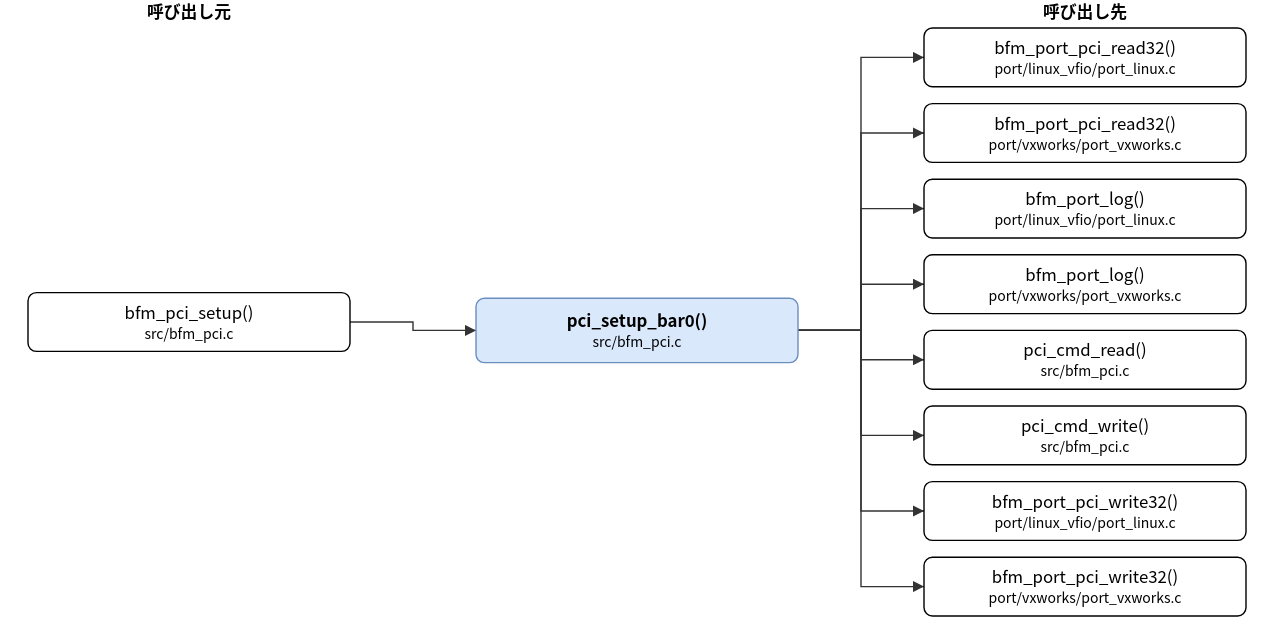
hf355051012-ai/bfmem keeps this draw.io diagram as doc/spec/images/call_src_bfm_pci-pci_setup_bar0.drawio.svg. Above is the earlier version. Source tidied: cells renumbered, new cells last; positions are measured from the earlier drawing's top-left corner, leaving out a move shared by most shapes.
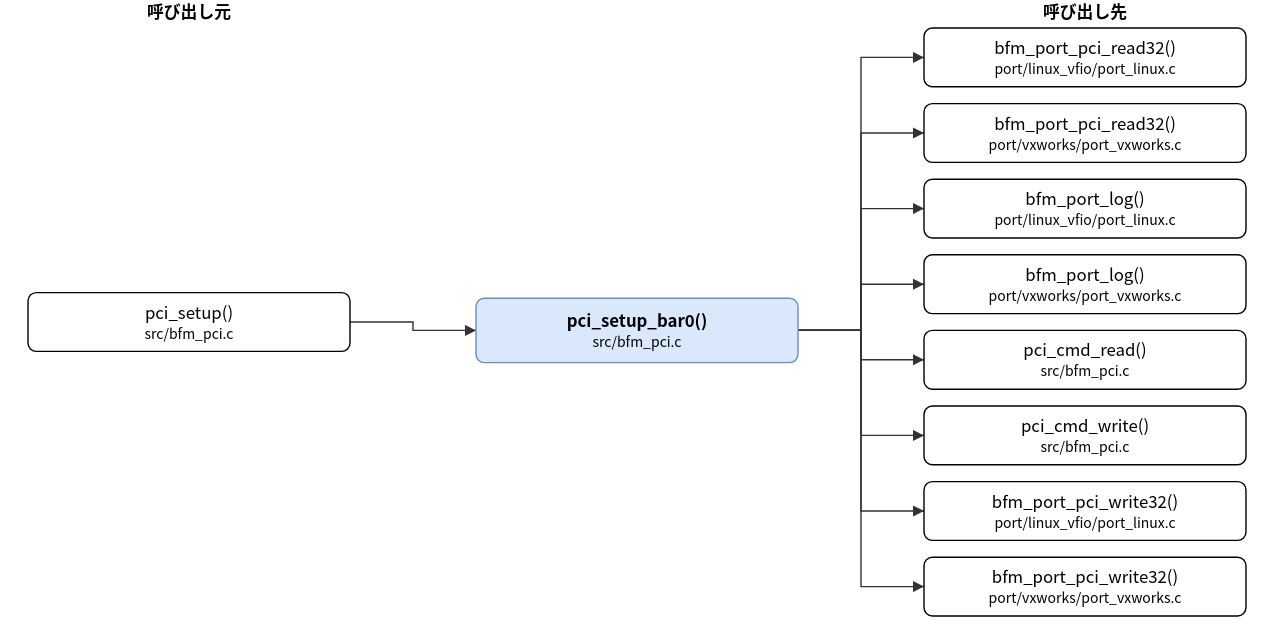
Later version of the same file.

The edit, as a diff of the source:
```diff
@@ -5,7 +5,7 @@
     <mxCell id="2" value="pci_setup_bar0()&lt;br&gt;&lt;font style=&quot;font-size:10px&quot;&gt;src/bfm_pci.c&lt;/font&gt;" style="rounded=1;whiteSpace=wrap;html=1;fillColor=#dae8fc;strokeColor=#6c8ebf;fontStyle=1;" parent="1" vertex="1">
       <mxGeometry x="320" y="213" width="230" height="46" as="geometry" />
     </mxCell>
-    <mxCell id="3" value="bfm_pci_setup()&lt;br&gt;&lt;font style=&quot;font-size:10px&quot;&gt;src/bfm_pci.c&lt;/font&gt;" style="rounded=1;whiteSpace=wrap;html=1;" parent="1" vertex="1">
+    <mxCell id="3" value="pci_setup()&lt;br&gt;&lt;font style=&quot;font-size:10px&quot;&gt;src/bfm_pci.c&lt;/font&gt;" style="rounded=1;whiteSpace=wrap;html=1;" parent="1" vertex="1">
       <mxGeometry y="209" width="230" height="42" as="geometry" />
     </mxCell>
     <mxCell id="4" value="bfm_port_pci_read32()&lt;br&gt;&lt;font style=&quot;font-size:10px&quot;&gt;port/linux_vfio/port_linux.c&lt;/font&gt;" style="rounded=1;whiteSpace=wrap;html=1;" parent="1" vertex="1">
```
